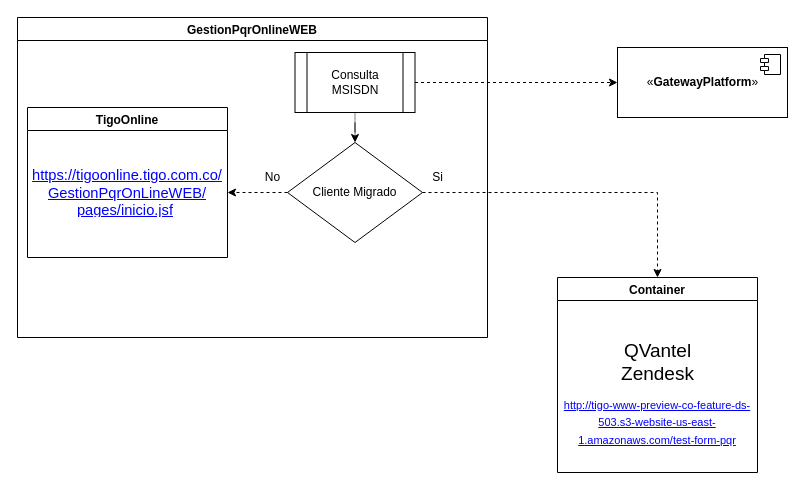
Earlier version of the draw.io diagram Untitled Diagram.drawio (ferchounisangil/diagramasPersonales). Source tidied: cells renumbered, new cells numbered last; positions are measured from the earlier drawing's top-left corner, leaving out a move shared by most shapes. Both pictures are drawn from the tidied source at 100%, with x=0, y=0 at pixel (17, 17).
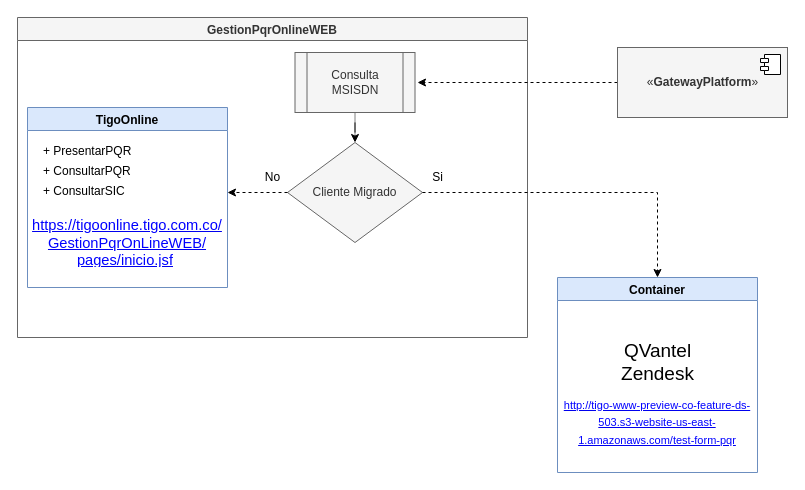
Above is the later version.

The edit, as a diff of the source:
```diff
@@
-    <mxCell id="2" value="GestionPqrOnlineWEB" style="swimlane;" parent="1" vertex="1">
-      <mxGeometry width="470" height="320" as="geometry" />
+    <mxCell id="2" value="GestionPqrOnlineWEB" style="swimlane;fillColor=#f5f5f5;strokeColor=#666666;fontColor=#333333;" parent="1" vertex="1">
+      <mxGeometry width="510" height="320" as="geometry" />
     </mxCell>
-    <mxCell id="3" value="Cliente Migrado" style="rhombus;whiteSpace=wrap;html=1;" parent="2" vertex="1">
+    <mxCell id="3" value="Cliente Migrado" style="rhombus;whiteSpace=wrap;html=1;fillColor=#f5f5f5;strokeColor=#666666;fontColor=#333333;" parent="2" vertex="1">
       <mxGeometry x="270" y="125" width="135" height="100" as="geometry" />
     </mxCell>
@@
-    <mxCell id="5" value="Consulta MSISDN" style="shape=process;whiteSpace=wrap;html=1;backgroundOutline=1;" parent="2" vertex="1">
+    <mxCell id="5" value="Consulta MSISDN" style="shape=process;whiteSpace=wrap;html=1;backgroundOutline=1;fillColor=#f5f5f5;strokeColor=#666666;fontColor=#333333;" parent="2" vertex="1">
       <mxGeometry x="277.5" y="35" width="120" height="60" as="geometry" />
     </mxCell>
@@
-    <mxCell id="7" value="TigoOnline" style="swimlane;" parent="2" vertex="1">
-      <mxGeometry x="10" y="90" width="200" height="150" as="geometry" />
+    <mxCell id="7" value="TigoOnline" style="swimlane;fillColor=#dae8fc;strokeColor=#6c8ebf;" parent="2" vertex="1">
+      <mxGeometry x="10" y="90" width="200" height="180" as="geometry" />
     </mxCell>
+    <mxCell id="18" value="+ PresentarPQR" style="text;strokeColor=none;fillColor=none;align=left;verticalAlign=top;spacingLeft=4;spacingRight=4;overflow=hidden;" parent="7" vertex="1">
+      <mxGeometry x="10" y="30" width="100" height="26" as="geometry" />
+    </mxCell>
+    <mxCell id="19" value="+ ConsultarPQR" style="text;strokeColor=none;fillColor=none;align=left;verticalAlign=top;spacingLeft=4;spacingRight=4;overflow=hidden;" parent="7" vertex="1">
+      <mxGeometry x="10" y="50" width="100" height="26" as="geometry" />
+    </mxCell>
+    <mxCell id="9" value="No" style="text;html=1;align=center;verticalAlign=middle;strokeColor=none;" parent="2" vertex="1">
+      <mxGeometry x="240" y="150" width="30" height="20" as="geometry" />
+    </mxCell>
-    <mxCell id="8" value="&lt;a class=&quot;Hyperlink SCXW136160635 BCX0&quot; href=&quot;https://tigoonline.tigo.com.co/GestionPqrOnLineWEB/pages/inicio.jsf&quot; target=&quot;_blank&quot; style=&quot;margin: 0px ; padding: 0px ; font-family: &amp;#34;arial&amp;#34; , &amp;#34;arial_msfontservice&amp;#34; , sans-serif ; font-size: 14.6667px ; text-align: justify ; background-color: rgb(255 , 255 , 255)&quot;&gt;&lt;span lang=&quot;ES-CO&quot; class=&quot;TextRun Underlined SCXW136160635 BCX0&quot; style=&quot;margin: 0px ; padding: 0px ; color: rgb(0 , 0 , 255) ; font-size: 11pt ; line-height: 17.2667px ; font-family: &amp;#34;arial&amp;#34; , &amp;#34;arial_embeddedfont&amp;#34; , &amp;#34;arial_msfontservice&amp;#34; , sans-serif&quot;&gt;&lt;span class=&quot;NormalTextRun SCXW136160635 BCX0&quot; style=&quot;margin: 0px ; padding: 0px&quot;&gt;https://tigoonline.tigo.com.co/&lt;br&gt;GestionPqrOnLineWEB/&lt;br&gt;pages/inicio.jsf&lt;/span&gt;&lt;/span&gt;&lt;/a&gt;&lt;span lang=&quot;ES-CO&quot; class=&quot;TextRun SCXW136160635 BCX0&quot; style=&quot;margin: 0px ; padding: 0px ; font-size: 11pt ; text-align: justify ; background-color: rgb(255 , 255 , 255) ; line-height: 17.2667px ; font-family: &amp;#34;arial&amp;#34; , &amp;#34;arial_embeddedfont&amp;#34; , &amp;#34;arial_msfontservice&amp;#34; , sans-serif&quot;&gt;&lt;span class=&quot;NormalTextRun SCXW136160635 BCX0&quot; style=&quot;margin: 0px ; padding: 0px&quot;&gt;&amp;nbsp;&lt;/span&gt;&lt;/span&gt;" style="text;html=1;strokeColor=none;fillColor=none;spacing=5;spacingTop=-20;whiteSpace=wrap;overflow=hidden;rounded=0;align=center;" parent="7" vertex="1">
-      <mxGeometry y="70" width="200" height="40" as="geometry" />
+    <mxCell id="8" value="&lt;a class=&quot;Hyperlink SCXW136160635 BCX0&quot; href=&quot;https://tigoonline.tigo.com.co/GestionPqrOnLineWEB/pages/inicio.jsf&quot; target=&quot;_blank&quot; style=&quot;margin: 0px ; padding: 0px ; font-family: &amp;#34;arial&amp;#34; , &amp;#34;arial_msfontservice&amp;#34; , sans-serif ; font-size: 14.6667px ; text-align: justify ; background-color: rgb(255 , 255 , 255)&quot;&gt;&lt;span lang=&quot;ES-CO&quot; class=&quot;TextRun Underlined SCXW136160635 BCX0&quot; style=&quot;margin: 0px ; padding: 0px ; color: rgb(0 , 0 , 255) ; font-size: 11pt ; line-height: 17.2667px ; font-family: &amp;#34;arial&amp;#34; , &amp;#34;arial_embeddedfont&amp;#34; , &amp;#34;arial_msfontservice&amp;#34; , sans-serif&quot;&gt;&lt;span class=&quot;NormalTextRun SCXW136160635 BCX0&quot; style=&quot;margin: 0px ; padding: 0px&quot;&gt;https://tigoonline.tigo.com.co/&lt;br&gt;GestionPqrOnLineWEB/&lt;br&gt;pages/inicio.jsf&lt;/span&gt;&lt;/span&gt;&lt;/a&gt;&lt;span lang=&quot;ES-CO&quot; class=&quot;TextRun SCXW136160635 BCX0&quot; style=&quot;margin: 0px ; padding: 0px ; font-size: 11pt ; text-align: justify ; background-color: rgb(255 , 255 , 255) ; line-height: 17.2667px ; font-family: &amp;#34;arial&amp;#34; , &amp;#34;arial_embeddedfont&amp;#34; , &amp;#34;arial_msfontservice&amp;#34; , sans-serif&quot;&gt;&lt;span class=&quot;NormalTextRun SCXW136160635 BCX0&quot; style=&quot;margin: 0px ; padding: 0px&quot;&gt;&amp;nbsp;&lt;/span&gt;&lt;/span&gt;" style="text;html=1;strokeColor=none;fillColor=none;spacing=5;spacingTop=-20;whiteSpace=wrap;overflow=hidden;rounded=0;align=center;" parent="2" vertex="1">
+      <mxGeometry x="10" y="210" width="200" height="40" as="geometry" />
     </mxCell>
-    <mxCell id="9" value="No" style="text;html=1;align=center;verticalAlign=middle;strokeColor=none;" parent="2" vertex="1">
-      <mxGeometry x="240" y="150" width="30" height="20" as="geometry" />
-    </mxCell>
-    <mxCell id="10" value="Container" style="swimlane;" parent="1" vertex="1">
+    <mxCell id="10" value="Container" style="swimlane;fillColor=#dae8fc;strokeColor=#6c8ebf;" parent="1" vertex="1">
       <mxGeometry x="540" y="260" width="200" height="195" as="geometry" />
     </mxCell>
@@
+    <mxCell id="20" style="edgeStyle=orthogonalEdgeStyle;rounded=0;jettySize=auto;html=1;dashed=1;" parent="1" edge="1" source="15">
+      <mxGeometry relative="1" as="geometry">
+        <mxPoint x="400" y="65" as="targetPoint" />
+      </mxGeometry>
+    </mxCell>
-    <mxCell id="15" value="&lt;font style=&quot;font-size: 12px&quot;&gt;«&lt;b&gt;GatewayPlatform&lt;/b&gt;&lt;/font&gt;»" style="html=1;" parent="1" vertex="1">
+    <mxCell id="15" value="&lt;font style=&quot;font-size: 12px&quot;&gt;«&lt;b&gt;GatewayPlatform&lt;/b&gt;&lt;/font&gt;»" style="html=1;fillColor=#f5f5f5;strokeColor=#666666;fontColor=#333333;" parent="1" vertex="1">
       <mxGeometry x="600" y="30" width="170" height="70" as="geometry" />
     </mxCell>
@@
-    <mxCell id="17" style="edgeStyle=orthogonalEdgeStyle;rounded=0;jettySize=auto;html=1;dashed=1;" parent="1" edge="1" source="5" target="15">
-      <mxGeometry relative="1" as="geometry" />
-    </mxCell>
+    <mxCell id="21" value="+ ConsultarSIC" style="text;strokeColor=none;fillColor=none;align=left;verticalAlign=top;spacingLeft=4;spacingRight=4;overflow=hidden;" parent="1" vertex="1">
+      <mxGeometry x="20" y="160" width="100" height="26" as="geometry" />
+    </mxCell>
```
